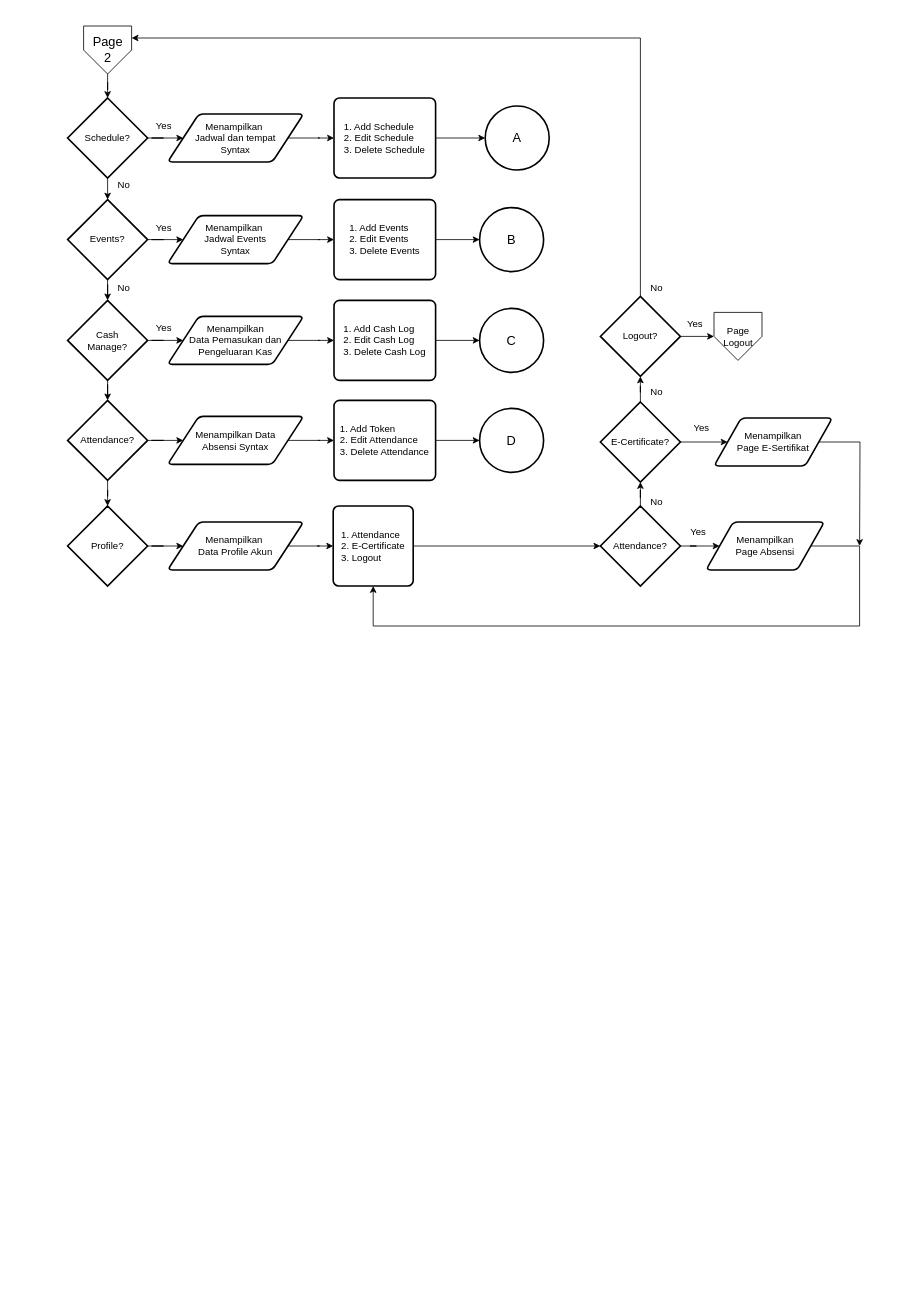
Earlier version of the draw.io diagram PG2.drawio (dapzz-id/DrawIO). Source tidied: cells renumbered, new cells numbered last; positions are measured from the earlier drawing's top-left corner, leaving out a move shared by most shapes. Both pictures are drawn from the tidied source at 80%, with x=0, y=0 at pixel (67, 26).
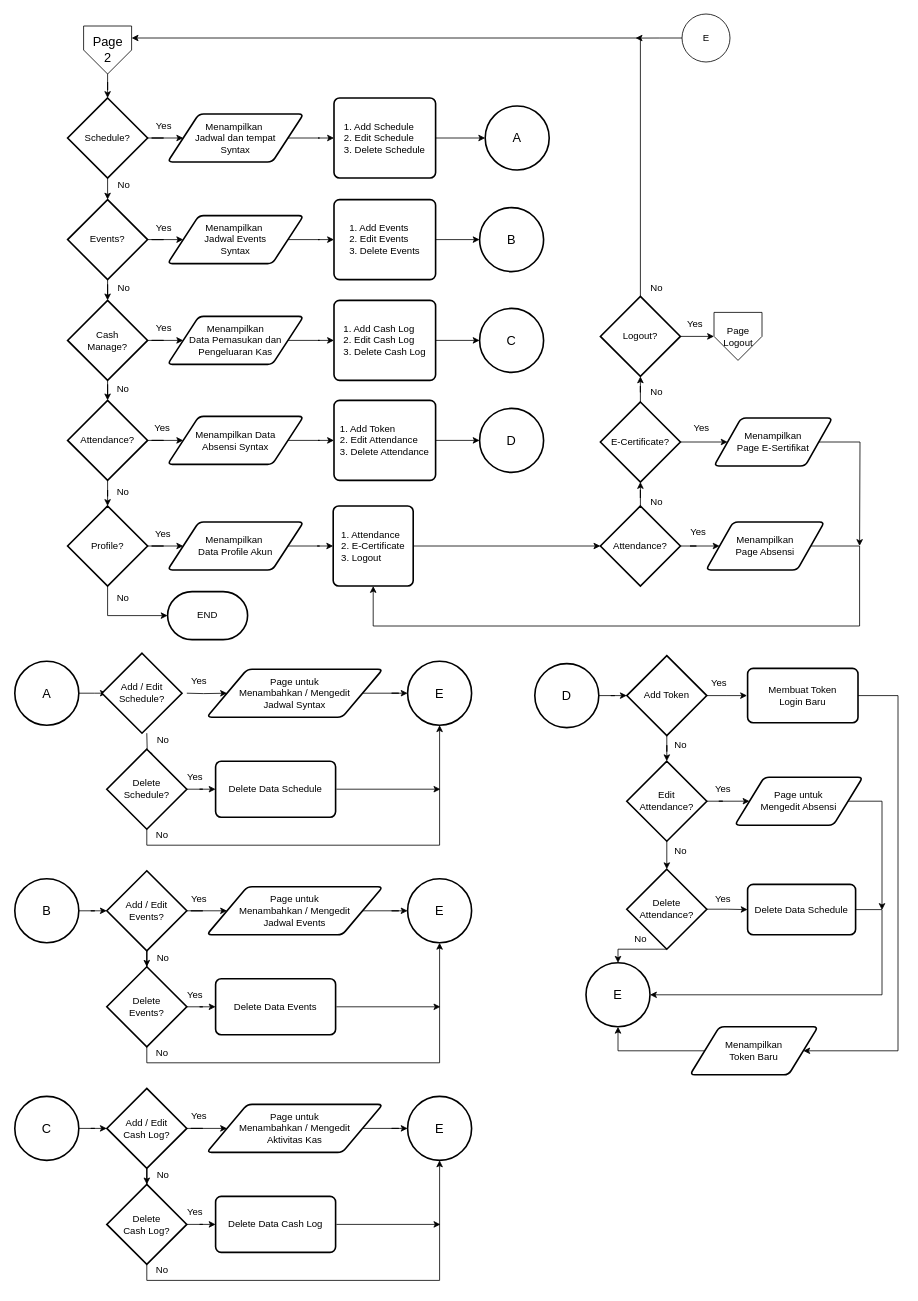
Above is the later version.

Unchanged cells that the change refers to:
```xml
<mxCell id="38" value="Profile?" style="strokeWidth=2;html=1;shape=mxgraph.flowchart.decision;whiteSpace=wrap;" parent="1" vertex="1">
  <mxGeometry y="600" width="100" height="100" as="geometry" />
</mxCell>
```

What changed in the source:
```diff
@@
+    <mxCell id="67" style="edgeStyle=orthogonalEdgeStyle;rounded=0;jettySize=auto;html=1;exitX=0.5;exitY=1;exitDx=0;exitDy=0;exitPerimeter=0;entryX=0;entryY=0.5;entryDx=0;entryDy=0;entryPerimeter=0;" parent="1" edge="1" source="38" target="147">
+      <mxGeometry relative="1" as="geometry" />
+    </mxCell>
@@
+    <mxCell id="68" style="edgeStyle=orthogonalEdgeStyle;rounded=0;jettySize=auto;html=1;" parent="1" edge="1" source="69">
+      <mxGeometry relative="1" as="geometry">
+        <mxPoint x="49" y="834" as="targetPoint" />
+      </mxGeometry>
+    </mxCell>
+    <mxCell id="69" value="&lt;font style=&quot;font-size: 16px;&quot;&gt;A&lt;/font&gt;" style="ellipse;whiteSpace=wrap;html=1;rounded=1;arcSize=14;strokeWidth=2;" parent="1" vertex="1">
+      <mxGeometry x="-66" y="794" width="80" height="80" as="geometry" />
+    </mxCell>
+    <mxCell id="70" style="edgeStyle=orthogonalEdgeStyle;rounded=0;jettySize=auto;html=1;" parent="1" edge="1" target="74">
+      <mxGeometry relative="1" as="geometry">
+        <mxPoint x="149" y="834" as="sourcePoint" />
+      </mxGeometry>
+    </mxCell>
+    <mxCell id="71" style="edgeStyle=orthogonalEdgeStyle;rounded=0;jettySize=auto;html=1;" parent="1" edge="1" target="81">
+      <mxGeometry relative="1" as="geometry">
+        <mxPoint x="99" y="884" as="sourcePoint" />
+      </mxGeometry>
+    </mxCell>
+    <mxCell id="72" value="Add / Edit&lt;div&gt;Schedule?&lt;/div&gt;" style="strokeWidth=2;html=1;shape=mxgraph.flowchart.decision;whiteSpace=wrap;" parent="1" vertex="1">
+      <mxGeometry x="43" y="784" width="100" height="100" as="geometry" />
+    </mxCell>
+    <mxCell id="73" style="edgeStyle=orthogonalEdgeStyle;rounded=0;jettySize=auto;html=1;" parent="1" edge="1" source="74" target="78">
+      <mxGeometry relative="1" as="geometry" />
+    </mxCell>
+    <mxCell id="74" value="Page untuk&lt;div&gt;Menambahkan / Mengedit&lt;/div&gt;&lt;div&gt;Jadwal Syntax&lt;/div&gt;" style="shape=parallelogram;html=1;strokeWidth=2;perimeter=parallelogramPerimeter;whiteSpace=wrap;rounded=1;arcSize=12;size=0.23;" parent="1" vertex="1">
+      <mxGeometry x="174" y="804" width="220" height="60" as="geometry" />
+    </mxCell>
+    <mxCell id="75" value="Yes" style="text;html=1;align=center;verticalAlign=middle;strokeColor=none;fillColor=none;" parent="1" vertex="1">
+      <mxGeometry x="144" y="804" width="40" height="30" as="geometry" />
+    </mxCell>
+    <mxCell id="76" style="edgeStyle=orthogonalEdgeStyle;rounded=0;jettySize=auto;html=1;exitX=0;exitY=0.5;exitDx=0;exitDy=0;exitPerimeter=0;" parent="1" edge="1" source="77">
+      <mxGeometry relative="1" as="geometry">
+        <mxPoint x="710" y="15.1" as="targetPoint" />
+      </mxGeometry>
+    </mxCell>
+    <mxCell id="77" value="E" style="verticalLabelPosition=middle;verticalAlign=middle;html=1;shape=mxgraph.flowchart.on-page_reference;labelPosition=center;align=center;" parent="1" vertex="1">
+      <mxGeometry x="768" y="-15" width="60" height="60" as="geometry" />
+    </mxCell>
+    <mxCell id="78" value="&lt;font style=&quot;font-size: 16px;&quot;&gt;E&lt;/font&gt;" style="ellipse;whiteSpace=wrap;html=1;rounded=1;arcSize=14;strokeWidth=2;" parent="1" vertex="1">
+      <mxGeometry x="425" y="794" width="80" height="80" as="geometry" />
+    </mxCell>
+    <mxCell id="79" style="edgeStyle=orthogonalEdgeStyle;rounded=0;jettySize=auto;html=1;exitX=0.5;exitY=1;exitDx=0;exitDy=0;exitPerimeter=0;entryX=0.5;entryY=1;entryDx=0;entryDy=0;" parent="1" edge="1" source="81" target="78">
+      <mxGeometry relative="1" as="geometry" />
+    </mxCell>
+    <mxCell id="80" style="edgeStyle=orthogonalEdgeStyle;rounded=0;jettySize=auto;html=1;" parent="1" edge="1" source="81" target="84">
+      <mxGeometry relative="1" as="geometry" />
+    </mxCell>
+    <mxCell id="81" value="Delete&lt;div&gt;Schedule?&lt;/div&gt;" style="strokeWidth=2;html=1;shape=mxgraph.flowchart.decision;whiteSpace=wrap;" parent="1" vertex="1">
+      <mxGeometry x="49" y="904" width="100" height="100" as="geometry" />
+    </mxCell>
+    <mxCell id="82" value="No" style="text;html=1;align=center;verticalAlign=middle;strokeColor=none;fillColor=none;" parent="1" vertex="1">
+      <mxGeometry x="99" y="878" width="40" height="30" as="geometry" />
+    </mxCell>
+    <mxCell id="83" style="edgeStyle=orthogonalEdgeStyle;rounded=0;orthogonalLoop=1;jettySize=auto;html=1;exitX=1;exitY=0.5;exitDx=0;exitDy=0;" parent="1" edge="1">
+      <mxGeometry relative="1" as="geometry">
+        <mxPoint x="336" y="954" as="sourcePoint" />
+        <mxPoint x="466" y="954" as="targetPoint" />
+      </mxGeometry>
+    </mxCell>
+    <mxCell id="84" value="Delete Data Schedule" style="rounded=1;whiteSpace=wrap;html=1;absoluteArcSize=1;arcSize=14;strokeWidth=2;" parent="1" vertex="1">
+      <mxGeometry x="185" y="919" width="150" height="70" as="geometry" />
+    </mxCell>
+    <mxCell id="85" value="Yes" style="text;html=1;align=center;verticalAlign=middle;strokeColor=none;fillColor=none;" parent="1" vertex="1">
+      <mxGeometry x="139" y="924" width="40" height="30" as="geometry" />
+    </mxCell>
+    <mxCell id="86" value="No" style="text;html=1;align=center;verticalAlign=middle;strokeColor=none;fillColor=none;" parent="1" vertex="1">
+      <mxGeometry x="98" y="996" width="40" height="30" as="geometry" />
+    </mxCell>
+    <mxCell id="87" style="edgeStyle=orthogonalEdgeStyle;rounded=0;jettySize=auto;html=1;" parent="1" edge="1" source="88" target="91">
+      <mxGeometry relative="1" as="geometry" />
+    </mxCell>
+    <mxCell id="88" value="&lt;font style=&quot;font-size: 16px;&quot;&gt;B&lt;/font&gt;" style="ellipse;whiteSpace=wrap;html=1;rounded=1;arcSize=14;strokeWidth=2;" parent="1" vertex="1">
+      <mxGeometry x="-66" y="1066" width="80" height="80" as="geometry" />
+    </mxCell>
+    <mxCell id="89" style="edgeStyle=orthogonalEdgeStyle;rounded=0;jettySize=auto;html=1;" parent="1" edge="1" source="91" target="93">
+      <mxGeometry relative="1" as="geometry" />
+    </mxCell>
+    <mxCell id="90" style="edgeStyle=orthogonalEdgeStyle;rounded=0;jettySize=auto;html=1;" parent="1" edge="1" source="91" target="98">
+      <mxGeometry relative="1" as="geometry" />
+    </mxCell>
+    <mxCell id="91" value="Add / Edit&lt;div&gt;Events?&lt;/div&gt;" style="strokeWidth=2;html=1;shape=mxgraph.flowchart.decision;whiteSpace=wrap;" parent="1" vertex="1">
+      <mxGeometry x="49" y="1056" width="100" height="100" as="geometry" />
+    </mxCell>
+    <mxCell id="92" style="edgeStyle=orthogonalEdgeStyle;rounded=0;jettySize=auto;html=1;" parent="1" edge="1" source="93" target="95">
+      <mxGeometry relative="1" as="geometry" />
+    </mxCell>
+    <mxCell id="93" value="Page untuk&lt;div&gt;Menambahkan / Mengedit&lt;/div&gt;&lt;div&gt;Jadwal Events&lt;/div&gt;" style="shape=parallelogram;html=1;strokeWidth=2;perimeter=parallelogramPerimeter;whiteSpace=wrap;rounded=1;arcSize=12;size=0.23;" parent="1" vertex="1">
+      <mxGeometry x="174" y="1076" width="220" height="60" as="geometry" />
+    </mxCell>
+    <mxCell id="94" value="Yes" style="text;html=1;align=center;verticalAlign=middle;strokeColor=none;fillColor=none;" parent="1" vertex="1">
+      <mxGeometry x="144" y="1076" width="40" height="30" as="geometry" />
+    </mxCell>
+    <mxCell id="95" value="&lt;font style=&quot;font-size: 16px;&quot;&gt;E&lt;/font&gt;" style="ellipse;whiteSpace=wrap;html=1;rounded=1;arcSize=14;strokeWidth=2;" parent="1" vertex="1">
+      <mxGeometry x="425" y="1066" width="80" height="80" as="geometry" />
+    </mxCell>
+    <mxCell id="96" style="edgeStyle=orthogonalEdgeStyle;rounded=0;jettySize=auto;html=1;exitX=0.5;exitY=1;exitDx=0;exitDy=0;exitPerimeter=0;entryX=0.5;entryY=1;entryDx=0;entryDy=0;" parent="1" edge="1" source="98" target="95">
+      <mxGeometry relative="1" as="geometry" />
+    </mxCell>
+    <mxCell id="97" style="edgeStyle=orthogonalEdgeStyle;rounded=0;jettySize=auto;html=1;" parent="1" edge="1" source="98" target="101">
+      <mxGeometry relative="1" as="geometry" />
+    </mxCell>
+    <mxCell id="98" value="Delete&lt;div&gt;Events?&lt;/div&gt;" style="strokeWidth=2;html=1;shape=mxgraph.flowchart.decision;whiteSpace=wrap;" parent="1" vertex="1">
+      <mxGeometry x="49" y="1176" width="100" height="100" as="geometry" />
+    </mxCell>
+    <mxCell id="99" value="No" style="text;html=1;align=center;verticalAlign=middle;strokeColor=none;fillColor=none;" parent="1" vertex="1">
+      <mxGeometry x="99" y="1150" width="40" height="30" as="geometry" />
+    </mxCell>
+    <mxCell id="100" style="edgeStyle=orthogonalEdgeStyle;rounded=0;orthogonalLoop=1;jettySize=auto;html=1;exitX=1;exitY=0.5;exitDx=0;exitDy=0;" parent="1" edge="1">
+      <mxGeometry relative="1" as="geometry">
+        <mxPoint x="336" y="1226" as="sourcePoint" />
+        <mxPoint x="466" y="1226" as="targetPoint" />
+      </mxGeometry>
+    </mxCell>
+    <mxCell id="101" value="Delete Data Events" style="rounded=1;whiteSpace=wrap;html=1;absoluteArcSize=1;arcSize=14;strokeWidth=2;" parent="1" vertex="1">
+      <mxGeometry x="185" y="1191" width="150" height="70" as="geometry" />
+    </mxCell>
+    <mxCell id="102" value="Yes" style="text;html=1;align=center;verticalAlign=middle;strokeColor=none;fillColor=none;" parent="1" vertex="1">
+      <mxGeometry x="139" y="1196" width="40" height="30" as="geometry" />
+    </mxCell>
+    <mxCell id="103" value="No" style="text;html=1;align=center;verticalAlign=middle;strokeColor=none;fillColor=none;" parent="1" vertex="1">
+      <mxGeometry x="98" y="1269" width="40" height="30" as="geometry" />
+    </mxCell>
+    <mxCell id="104" style="edgeStyle=orthogonalEdgeStyle;rounded=0;jettySize=auto;html=1;" parent="1" edge="1" source="105" target="108">
+      <mxGeometry relative="1" as="geometry" />
+    </mxCell>
+    <mxCell id="105" value="&lt;font style=&quot;font-size: 16px;&quot;&gt;C&lt;/font&gt;" style="ellipse;whiteSpace=wrap;html=1;rounded=1;arcSize=14;strokeWidth=2;" parent="1" vertex="1">
+      <mxGeometry x="-66" y="1338" width="80" height="80" as="geometry" />
+    </mxCell>
+    <mxCell id="106" style="edgeStyle=orthogonalEdgeStyle;rounded=0;jettySize=auto;html=1;" parent="1" edge="1" source="108" target="110">
+      <mxGeometry relative="1" as="geometry" />
+    </mxCell>
+    <mxCell id="107" style="edgeStyle=orthogonalEdgeStyle;rounded=0;jettySize=auto;html=1;" parent="1" edge="1" source="108" target="115">
+      <mxGeometry relative="1" as="geometry" />
+    </mxCell>
+    <mxCell id="108" value="Add / Edit&lt;div&gt;Cash Log?&lt;/div&gt;" style="strokeWidth=2;html=1;shape=mxgraph.flowchart.decision;whiteSpace=wrap;" parent="1" vertex="1">
+      <mxGeometry x="49" y="1328" width="100" height="100" as="geometry" />
+    </mxCell>
+    <mxCell id="109" style="edgeStyle=orthogonalEdgeStyle;rounded=0;jettySize=auto;html=1;" parent="1" edge="1" source="110" target="112">
+      <mxGeometry relative="1" as="geometry" />
+    </mxCell>
+    <mxCell id="110" value="Page untuk&lt;div&gt;Menambahkan / Mengedit&lt;/div&gt;&lt;div&gt;Aktivitas Kas&lt;/div&gt;" style="shape=parallelogram;html=1;strokeWidth=2;perimeter=parallelogramPerimeter;whiteSpace=wrap;rounded=1;arcSize=12;size=0.23;" parent="1" vertex="1">
+      <mxGeometry x="174" y="1348" width="220" height="60" as="geometry" />
+    </mxCell>
+    <mxCell id="111" value="Yes" style="text;html=1;align=center;verticalAlign=middle;strokeColor=none;fillColor=none;" parent="1" vertex="1">
+      <mxGeometry x="144" y="1348" width="40" height="30" as="geometry" />
+    </mxCell>
+    <mxCell id="112" value="&lt;font style=&quot;font-size: 16px;&quot;&gt;E&lt;/font&gt;" style="ellipse;whiteSpace=wrap;html=1;rounded=1;arcSize=14;strokeWidth=2;" parent="1" vertex="1">
+      <mxGeometry x="425" y="1338" width="80" height="80" as="geometry" />
+    </mxCell>
+    <mxCell id="113" style="edgeStyle=orthogonalEdgeStyle;rounded=0;jettySize=auto;html=1;exitX=0.5;exitY=1;exitDx=0;exitDy=0;exitPerimeter=0;entryX=0.5;entryY=1;entryDx=0;entryDy=0;" parent="1" edge="1" source="115" target="112">
+      <mxGeometry relative="1" as="geometry" />
+    </mxCell>
+    <mxCell id="114" style="edgeStyle=orthogonalEdgeStyle;rounded=0;jettySize=auto;html=1;" parent="1" edge="1" source="115" target="118">
+      <mxGeometry relative="1" as="geometry" />
+    </mxCell>
+    <mxCell id="115" value="Delete&lt;div&gt;Cash Log?&lt;/div&gt;" style="strokeWidth=2;html=1;shape=mxgraph.flowchart.decision;whiteSpace=wrap;" parent="1" vertex="1">
+      <mxGeometry x="49" y="1448" width="100" height="100" as="geometry" />
+    </mxCell>
+    <mxCell id="116" value="No" style="text;html=1;align=center;verticalAlign=middle;strokeColor=none;fillColor=none;" parent="1" vertex="1">
+      <mxGeometry x="99" y="1422" width="40" height="30" as="geometry" />
+    </mxCell>
+    <mxCell id="117" style="edgeStyle=orthogonalEdgeStyle;rounded=0;orthogonalLoop=1;jettySize=auto;html=1;exitX=1;exitY=0.5;exitDx=0;exitDy=0;" parent="1" edge="1">
+      <mxGeometry relative="1" as="geometry">
+        <mxPoint x="336" y="1498" as="sourcePoint" />
+        <mxPoint x="466" y="1498" as="targetPoint" />
+      </mxGeometry>
+    </mxCell>
+    <mxCell id="118" value="Delete Data Cash Log" style="rounded=1;whiteSpace=wrap;html=1;absoluteArcSize=1;arcSize=14;strokeWidth=2;" parent="1" vertex="1">
+      <mxGeometry x="185" y="1463" width="150" height="70" as="geometry" />
+    </mxCell>
+    <mxCell id="119" value="Yes" style="text;html=1;align=center;verticalAlign=middle;strokeColor=none;fillColor=none;" parent="1" vertex="1">
+      <mxGeometry x="139" y="1468" width="40" height="30" as="geometry" />
+    </mxCell>
+    <mxCell id="120" value="No" style="text;html=1;align=center;verticalAlign=middle;strokeColor=none;fillColor=none;" parent="1" vertex="1">
+      <mxGeometry x="98" y="1540" width="40" height="30" as="geometry" />
+    </mxCell>
+    <mxCell id="121" style="edgeStyle=orthogonalEdgeStyle;rounded=0;jettySize=auto;html=1;" parent="1" edge="1" source="122" target="125">
+      <mxGeometry relative="1" as="geometry" />
+    </mxCell>
+    <mxCell id="122" value="&lt;font style=&quot;font-size: 16px;&quot;&gt;D&lt;/font&gt;" style="ellipse;whiteSpace=wrap;html=1;rounded=1;arcSize=14;strokeWidth=2;" parent="1" vertex="1">
+      <mxGeometry x="584" y="797" width="80" height="80" as="geometry" />
+    </mxCell>
+    <mxCell id="123" style="edgeStyle=orthogonalEdgeStyle;rounded=0;jettySize=auto;html=1;" parent="1" edge="1" source="125">
+      <mxGeometry relative="1" as="geometry">
+        <mxPoint x="849.3" y="837" as="targetPoint" />
+      </mxGeometry>
+    </mxCell>
+    <mxCell id="124" style="edgeStyle=orthogonalEdgeStyle;rounded=0;jettySize=auto;html=1;" parent="1" edge="1" source="125" target="136">
+      <mxGeometry relative="1" as="geometry" />
+    </mxCell>
+    <mxCell id="125" value="Add Token" style="strokeWidth=2;html=1;shape=mxgraph.flowchart.decision;whiteSpace=wrap;" parent="1" vertex="1">
+      <mxGeometry x="699" y="787" width="100" height="100" as="geometry" />
+    </mxCell>
+    <mxCell id="126" value="Yes" style="text;html=1;align=center;verticalAlign=middle;strokeColor=none;fillColor=none;" parent="1" vertex="1">
+      <mxGeometry x="794" y="807" width="40" height="30" as="geometry" />
+    </mxCell>
+    <mxCell id="127" style="edgeStyle=orthogonalEdgeStyle;rounded=0;jettySize=auto;html=1;" parent="1" edge="1" source="129" target="131">
+      <mxGeometry relative="1" as="geometry" />
+    </mxCell>
+    <mxCell id="128" style="edgeStyle=orthogonalEdgeStyle;rounded=0;jettySize=auto;html=1;exitX=0.5;exitY=1;exitDx=0;exitDy=0;exitPerimeter=0;entryX=0.5;entryY=0;entryDx=0;entryDy=0;" parent="1" edge="1" source="129" target="145">
+      <mxGeometry relative="1" as="geometry">
+        <Array as="points">
+          <mxPoint x="688" y="1154" />
+        </Array>
+      </mxGeometry>
+    </mxCell>
+    <mxCell id="129" value="Delete&lt;div&gt;Attendance?&lt;/div&gt;" style="strokeWidth=2;html=1;shape=mxgraph.flowchart.decision;whiteSpace=wrap;" parent="1" vertex="1">
+      <mxGeometry x="699" y="1054" width="100" height="100" as="geometry" />
+    </mxCell>
+    <mxCell id="130" style="edgeStyle=orthogonalEdgeStyle;rounded=0;jettySize=auto;html=1;exitX=1;exitY=0.5;exitDx=0;exitDy=0;entryX=1;entryY=0.5;entryDx=0;entryDy=0;" parent="1" edge="1" source="131" target="145">
+      <mxGeometry relative="1" as="geometry">
+        <Array as="points">
+          <mxPoint x="1018" y="1105" />
+          <mxPoint x="1018" y="1211" />
+        </Array>
+      </mxGeometry>
+    </mxCell>
+    <mxCell id="131" value="Delete Data Schedule" style="rounded=1;whiteSpace=wrap;html=1;absoluteArcSize=1;arcSize=14;strokeWidth=2;" parent="1" vertex="1">
+      <mxGeometry x="850" y="1073" width="135" height="63" as="geometry" />
+    </mxCell>
+    <mxCell id="132" value="Yes" style="text;html=1;align=center;verticalAlign=middle;strokeColor=none;fillColor=none;" parent="1" vertex="1">
+      <mxGeometry x="799" y="1076" width="40" height="30" as="geometry" />
+    </mxCell>
+    <mxCell id="133" style="edgeStyle=orthogonalEdgeStyle;rounded=0;jettySize=auto;html=1;exitX=1;exitY=0.5;exitDx=0;exitDy=0;entryX=1;entryY=0.5;entryDx=0;entryDy=0;" parent="1" edge="1" source="134" target="144">
+      <mxGeometry relative="1" as="geometry">
+        <Array as="points">
+          <mxPoint x="1038" y="837" />
+          <mxPoint x="1038" y="1281" />
+        </Array>
+      </mxGeometry>
+    </mxCell>
+    <mxCell id="134" value="Membuat Token&lt;div&gt;Login Baru&lt;/div&gt;" style="rounded=1;whiteSpace=wrap;html=1;absoluteArcSize=1;arcSize=14;strokeWidth=2;" parent="1" vertex="1">
+      <mxGeometry x="850" y="803" width="138" height="68" as="geometry" />
+    </mxCell>
+    <mxCell id="135" style="edgeStyle=orthogonalEdgeStyle;rounded=0;jettySize=auto;html=1;" parent="1" edge="1" source="136" target="138">
+      <mxGeometry relative="1" as="geometry" />
+    </mxCell>
+    <mxCell id="136" value="Edit&lt;div&gt;Attendance?&lt;/div&gt;" style="strokeWidth=2;html=1;shape=mxgraph.flowchart.decision;whiteSpace=wrap;" parent="1" vertex="1">
+      <mxGeometry x="699" y="919" width="100" height="100" as="geometry" />
+    </mxCell>
+    <mxCell id="137" style="edgeStyle=orthogonalEdgeStyle;rounded=0;jettySize=auto;html=1;exitX=1;exitY=0.5;exitDx=0;exitDy=0;" parent="1" edge="1" source="138">
+      <mxGeometry relative="1" as="geometry">
+        <mxPoint x="1018" y="1105" as="targetPoint" />
+        <Array as="points">
+          <mxPoint x="1018" y="969" />
+        </Array>
+      </mxGeometry>
+    </mxCell>
+    <mxCell id="138" value="Page untuk&lt;div&gt;&lt;span style=&quot;background-color: initial;&quot;&gt;Mengedit Absensi&lt;/span&gt;&lt;/div&gt;" style="shape=parallelogram;html=1;strokeWidth=2;perimeter=parallelogramPerimeter;whiteSpace=wrap;rounded=1;arcSize=12;size=0.23;" parent="1" vertex="1">
+      <mxGeometry x="834" y="939" width="160" height="60" as="geometry" />
+    </mxCell>
+    <mxCell id="139" style="edgeStyle=orthogonalEdgeStyle;rounded=0;jettySize=auto;html=1;exitX=0.5;exitY=1;exitDx=0;exitDy=0;exitPerimeter=0;entryX=0.5;entryY=0;entryDx=0;entryDy=0;entryPerimeter=0;" parent="1" edge="1" source="136" target="129">
+      <mxGeometry relative="1" as="geometry" />
+    </mxCell>
+    <mxCell id="140" value="Yes" style="text;html=1;align=center;verticalAlign=middle;strokeColor=none;fillColor=none;" parent="1" vertex="1">
+      <mxGeometry x="799" y="939" width="40" height="30" as="geometry" />
+    </mxCell>
+    <mxCell id="141" value="No" style="text;html=1;align=center;verticalAlign=middle;strokeColor=none;fillColor=none;" parent="1" vertex="1">
+      <mxGeometry x="746" y="884" width="40" height="30" as="geometry" />
+    </mxCell>
+    <mxCell id="142" value="No" style="text;html=1;align=center;verticalAlign=middle;strokeColor=none;fillColor=none;" parent="1" vertex="1">
+      <mxGeometry x="746" y="1017" width="40" height="30" as="geometry" />
+    </mxCell>
+    <mxCell id="143" style="edgeStyle=orthogonalEdgeStyle;rounded=0;jettySize=auto;html=1;exitX=0;exitY=0.5;exitDx=0;exitDy=0;entryX=0.5;entryY=1;entryDx=0;entryDy=0;" parent="1" edge="1" source="144" target="145">
+      <mxGeometry relative="1" as="geometry" />
+    </mxCell>
+    <mxCell id="144" value="Menampilkan&lt;div&gt;Token Baru&lt;/div&gt;" style="shape=parallelogram;html=1;strokeWidth=2;perimeter=parallelogramPerimeter;whiteSpace=wrap;rounded=1;arcSize=12;size=0.23;" parent="1" vertex="1">
+      <mxGeometry x="778" y="1251" width="160" height="60" as="geometry" />
+    </mxCell>
+    <mxCell id="145" value="&lt;font style=&quot;font-size: 16px;&quot;&gt;E&lt;/font&gt;" style="ellipse;whiteSpace=wrap;html=1;rounded=1;arcSize=14;strokeWidth=2;" parent="1" vertex="1">
+      <mxGeometry x="648" y="1171" width="80" height="80" as="geometry" />
+    </mxCell>
+    <mxCell id="146" value="No" style="text;html=1;align=center;verticalAlign=middle;strokeColor=none;fillColor=none;" parent="1" vertex="1">
+      <mxGeometry x="696" y="1126" width="40" height="30" as="geometry" />
+    </mxCell>
+    <mxCell id="147" value="END" style="strokeWidth=2;html=1;shape=mxgraph.flowchart.terminator;whiteSpace=wrap;" parent="1" vertex="1">
+      <mxGeometry x="125" y="707" width="100" height="60" as="geometry" />
+    </mxCell>
+    <mxCell id="148" value="No" style="text;html=1;align=center;verticalAlign=middle;strokeColor=none;fillColor=none;" parent="1" vertex="1">
+      <mxGeometry x="49" y="439" width="40" height="30" as="geometry" />
+    </mxCell>
+    <mxCell id="149" value="Yes" style="text;html=1;align=center;verticalAlign=middle;strokeColor=none;fillColor=none;" parent="1" vertex="1">
+      <mxGeometry x="98" y="488" width="40" height="30" as="geometry" />
+    </mxCell>
+    <mxCell id="150" value="No" style="text;html=1;align=center;verticalAlign=middle;strokeColor=none;fillColor=none;" parent="1" vertex="1">
+      <mxGeometry x="49" y="568" width="40" height="30" as="geometry" />
+    </mxCell>
+    <mxCell id="151" value="Yes" style="text;html=1;align=center;verticalAlign=middle;strokeColor=none;fillColor=none;" parent="1" vertex="1">
+      <mxGeometry x="99" y="620" width="40" height="30" as="geometry" />
+    </mxCell>
+    <mxCell id="152" value="No" style="text;html=1;align=center;verticalAlign=middle;strokeColor=none;fillColor=none;" parent="1" vertex="1">
+      <mxGeometry x="49" y="700" width="40" height="30" as="geometry" />
+    </mxCell>
```
